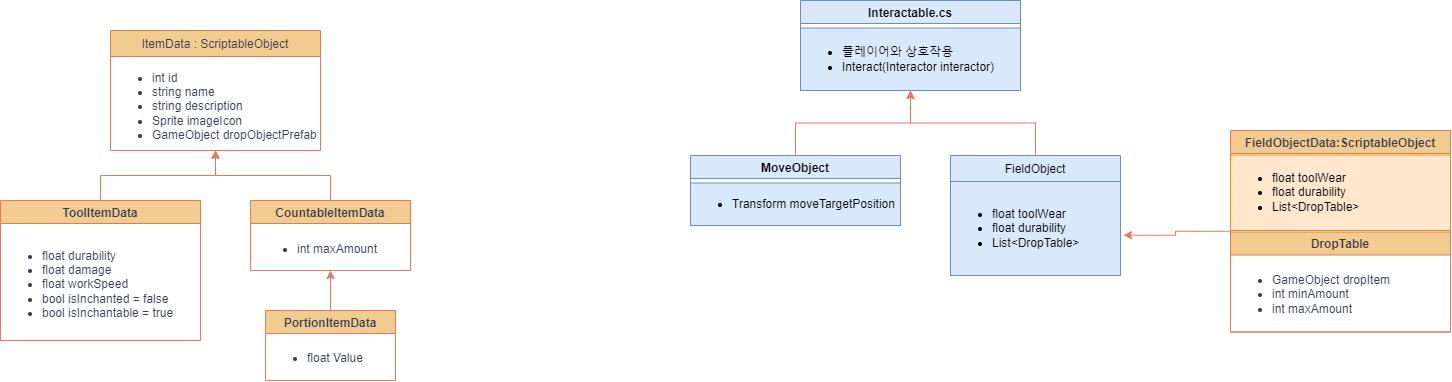
The draw.io diagram 제목 없는 다이어그램.drawio.png in hae-seung/ddolking, before a commit. Source tidied: cells renumbered, new cells last; positions are measured from the earlier drawing's top-left corner, leaving out a move shared by most shapes.
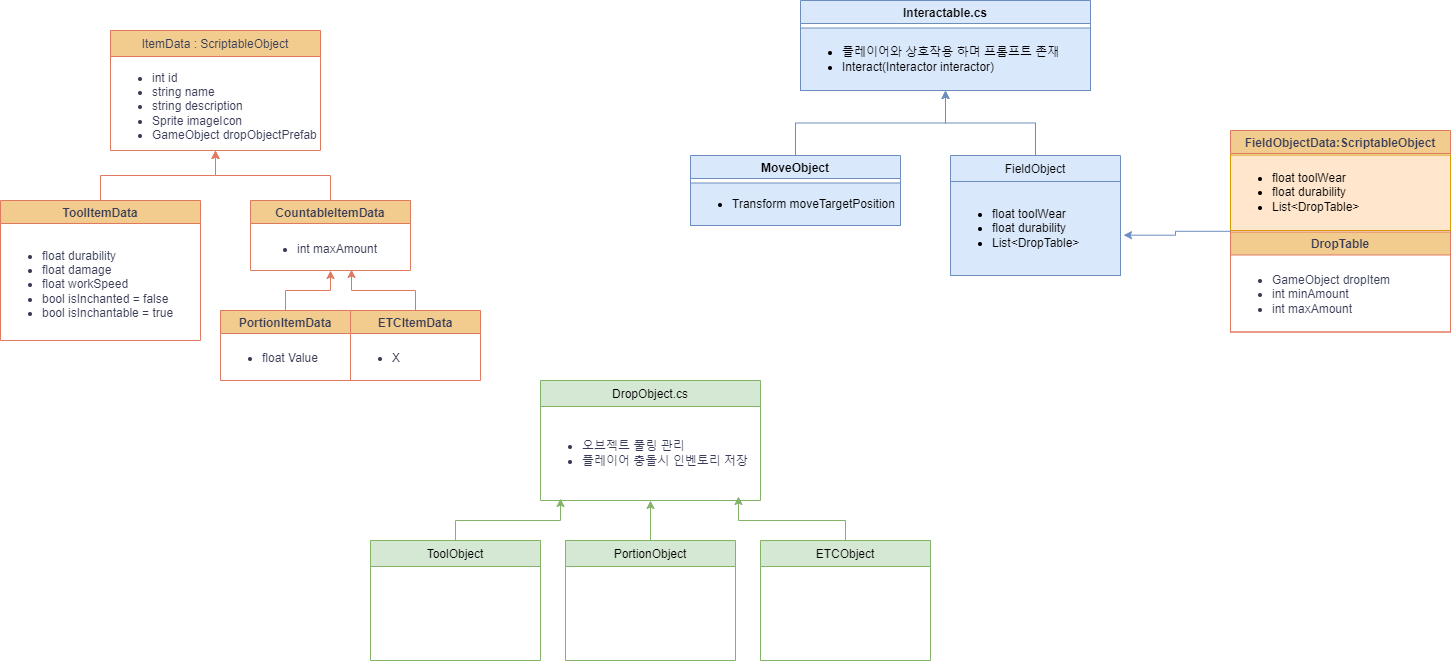
The same diagram one commit later.

Commit message:
제목 없는 다이어그램.drawio.png 업데이트

Change to the diagram source:
```diff
@@ -30,7 +30,7 @@
       <mxGeometry relative="1" as="geometry" />
     </mxCell>
     <mxCell id="11" value="PortionItemData" style="swimlane;strokeColor=#E07A5F;fontColor=#393C56;fillColor=#F2CC8F;" parent="1" vertex="1">
-      <mxGeometry x="265" y="310" width="130" height="70" as="geometry" />
+      <mxGeometry x="220" y="310" width="130" height="70" as="geometry" />
     </mxCell>
     <mxCell id="12" value="&lt;ul&gt;&lt;li&gt;float Value&lt;/li&gt;&lt;/ul&gt;" style="text;strokeColor=none;fillColor=none;html=1;whiteSpace=wrap;verticalAlign=middle;overflow=hidden;fontColor=#393C56;" parent="11" vertex="1">
       <mxGeometry y="25" width="130" height="45" as="geometry" />
@@ -38,7 +38,7 @@
     <mxCell id="13" style="shape=crossbar;whiteSpace=wrap;html=1;rounded=1;strokeColor=#E07A5F;fontColor=#393C56;fillColor=#F2CC8F;" parent="1" vertex="1">
       <mxGeometry x="440" y="250" as="geometry" />
     </mxCell>
-    <mxCell id="14" style="edgeStyle=orthogonalEdgeStyle;rounded=0;jettySize=auto;html=1;entryX=0.5;entryY=1;entryDx=0;entryDy=0;strokeColor=#E07A5F;fontColor=#393C56;fillColor=#F2CC8F;" parent="1" edge="1" source="15" target="25">
+    <mxCell id="14" style="edgeStyle=orthogonalEdgeStyle;rounded=0;jettySize=auto;html=1;entryX=0.5;entryY=1;entryDx=0;entryDy=0;strokeColor=#6c8ebf;fontColor=#393C56;fillColor=#dae8fc;" parent="1" edge="1" source="15" target="25">
       <mxGeometry relative="1" as="geometry" />
     </mxCell>
     <mxCell id="15" value="FieldObject" style="swimlane;fontStyle=0;align=center;verticalAlign=top;horizontal=1;startSize=26;rounded=0;shadow=0;strokeWidth=1;labelBackgroundColor=none;fillColor=#dae8fc;strokeColor=#6c8ebf;" parent="1" vertex="1">
@@ -47,7 +47,7 @@
     <mxCell id="16" value="&lt;ul&gt;&lt;li&gt;float toolWear&lt;/li&gt;&lt;li&gt;float durability&lt;/li&gt;&lt;li&gt;List&amp;lt;DropTable&amp;gt;&lt;/li&gt;&lt;/ul&gt;" style="text;strokeColor=#6c8ebf;fillColor=#dae8fc;html=1;whiteSpace=wrap;verticalAlign=middle;overflow=hidden;" parent="15" vertex="1">
       <mxGeometry y="26" width="170" height="94" as="geometry" />
     </mxCell>
-    <mxCell id="17" style="edgeStyle=orthogonalEdgeStyle;rounded=0;jettySize=auto;html=1;entryX=0.5;entryY=1;entryDx=0;entryDy=0;strokeColor=#E07A5F;fontColor=#393C56;fillColor=#F2CC8F;" parent="1" edge="1" source="18" target="26">
+    <mxCell id="17" style="edgeStyle=orthogonalEdgeStyle;rounded=0;jettySize=auto;html=1;entryX=0.5;entryY=1;entryDx=0;entryDy=0;strokeColor=#6c8ebf;fontColor=#393C56;fillColor=#dae8fc;" parent="1" edge="1" source="18" target="26">
       <mxGeometry relative="1" as="geometry" />
     </mxCell>
     <mxCell id="18" value="MoveObject" style="swimlane;strokeColor=#6c8ebf;fillColor=#dae8fc;" parent="1" vertex="1">
@@ -68,14 +68,47 @@
     <mxCell id="23" value="&lt;ul&gt;&lt;li&gt;GameObject dropItem&lt;/li&gt;&lt;li&gt;int minAmount&lt;/li&gt;&lt;li&gt;int maxAmount&lt;/li&gt;&lt;/ul&gt;" style="text;strokeColor=none;fillColor=none;html=1;whiteSpace=wrap;verticalAlign=middle;overflow=hidden;fontColor=#393C56;" parent="22" vertex="1">
       <mxGeometry y="25" width="220" height="75" as="geometry" />
     </mxCell>
-    <mxCell id="24" style="edgeStyle=orthogonalEdgeStyle;rounded=0;jettySize=auto;html=1;entryX=1.018;entryY=0.571;entryDx=0;entryDy=0;entryPerimeter=0;strokeColor=#E07A5F;fontColor=#393C56;fillColor=#F2CC8F;" parent="1" edge="1" source="20" target="16">
+    <mxCell id="24" style="edgeStyle=orthogonalEdgeStyle;rounded=0;jettySize=auto;html=1;entryX=1.018;entryY=0.571;entryDx=0;entryDy=0;entryPerimeter=0;strokeColor=#6c8ebf;fontColor=#393C56;fillColor=#dae8fc;" parent="1" edge="1" source="20" target="16">
       <mxGeometry relative="1" as="geometry" />
     </mxCell>
     <mxCell id="25" value="Interactable.cs" style="swimlane;strokeColor=#6c8ebf;fillColor=#dae8fc;startSize=23;" parent="1" vertex="1">
-      <mxGeometry x="800" width="220" height="90" as="geometry" />
+      <mxGeometry x="800" width="290" height="90" as="geometry" />
     </mxCell>
-    <mxCell id="26" value="&lt;ul&gt;&lt;li&gt;플레이어와 상호작용&lt;/li&gt;&lt;li&gt;Interact(Interactor interactor)&lt;/li&gt;&lt;/ul&gt;" style="text;strokeColor=#6c8ebf;fillColor=#dae8fc;html=1;whiteSpace=wrap;verticalAlign=middle;overflow=hidden;" parent="25" vertex="1">
-      <mxGeometry y="27.5" width="220" height="62.5" as="geometry" />
+    <mxCell id="26" value="&lt;ul&gt;&lt;li&gt;플레이어와 상호작용 하며 프롬프트 존재&lt;/li&gt;&lt;li&gt;Interact(Interactor interactor)&lt;/li&gt;&lt;/ul&gt;" style="text;strokeColor=#6c8ebf;fillColor=#dae8fc;html=1;whiteSpace=wrap;verticalAlign=middle;overflow=hidden;" parent="25" vertex="1">
+      <mxGeometry y="27.5" width="290" height="62.5" as="geometry" />
     </mxCell>
+    <mxCell id="27" value="DropObject.cs" style="swimlane;fontStyle=0;align=center;verticalAlign=top;horizontal=1;startSize=26;rounded=0;shadow=0;strokeWidth=1;labelBackgroundColor=none;fillColor=#d5e8d4;strokeColor=#82b366;" parent="1" vertex="1">
+      <mxGeometry x="540" y="380" width="220" height="120" as="geometry" />
+    </mxCell>
+    <mxCell id="28" value="&lt;ul&gt;&lt;li&gt;오브젝트 풀링 관리&lt;/li&gt;&lt;li&gt;플레이어 충돌시 인벤토리 저장&lt;/li&gt;&lt;/ul&gt;" style="text;strokeColor=none;fillColor=none;html=1;whiteSpace=wrap;verticalAlign=middle;overflow=hidden;fontColor=#393C56;" parent="27" vertex="1">
+      <mxGeometry y="26" width="220" height="94" as="geometry" />
+    </mxCell>
+    <mxCell id="29" value="ToolObject" style="swimlane;fontStyle=0;align=center;verticalAlign=top;horizontal=1;startSize=26;rounded=0;shadow=0;strokeWidth=1;labelBackgroundColor=none;fillColor=#d5e8d4;strokeColor=#82b366;" parent="1" vertex="1">
+      <mxGeometry x="370" y="540" width="170" height="120" as="geometry" />
+    </mxCell>
+    <mxCell id="30" value="ETCItemData" style="swimlane;strokeColor=#E07A5F;fontColor=#393C56;fillColor=#F2CC8F;" parent="1" vertex="1">
+      <mxGeometry x="350" y="310" width="130" height="70" as="geometry" />
+    </mxCell>
+    <mxCell id="31" value="&lt;ul&gt;&lt;li&gt;X&lt;/li&gt;&lt;/ul&gt;" style="text;strokeColor=none;fillColor=none;html=1;whiteSpace=wrap;verticalAlign=middle;overflow=hidden;fontColor=#393C56;" parent="30" vertex="1">
+      <mxGeometry y="25" width="130" height="45" as="geometry" />
+    </mxCell>
+    <mxCell id="32" style="edgeStyle=orthogonalEdgeStyle;rounded=0;jettySize=auto;html=1;entryX=0.64;entryY=0.976;entryDx=0;entryDy=0;entryPerimeter=0;strokeColor=#E07A5F;fontColor=#393C56;fillColor=#F2CC8F;" parent="1" edge="1" source="30" target="6">
+      <mxGeometry relative="1" as="geometry" />
+    </mxCell>
+    <mxCell id="33" style="edgeStyle=orthogonalEdgeStyle;rounded=0;jettySize=auto;html=1;strokeColor=#82b366;fontColor=#393C56;fillColor=#d5e8d4;" parent="1" edge="1" source="34" target="28">
+      <mxGeometry relative="1" as="geometry" />
+    </mxCell>
+    <mxCell id="34" value="PortionObject" style="swimlane;fontStyle=0;align=center;verticalAlign=top;horizontal=1;startSize=26;rounded=0;shadow=0;strokeWidth=1;labelBackgroundColor=none;fillColor=#d5e8d4;strokeColor=#82b366;" parent="1" vertex="1">
+      <mxGeometry x="565" y="540" width="170" height="120" as="geometry" />
+    </mxCell>
+    <mxCell id="35" value="ETCObject" style="swimlane;fontStyle=0;align=center;verticalAlign=top;horizontal=1;startSize=26;rounded=0;shadow=0;strokeWidth=1;labelBackgroundColor=none;fillColor=#d5e8d4;strokeColor=#82b366;" parent="1" vertex="1">
+      <mxGeometry x="760" y="540" width="170" height="120" as="geometry" />
+    </mxCell>
+    <mxCell id="36" style="edgeStyle=orthogonalEdgeStyle;rounded=0;jettySize=auto;html=1;entryX=0.091;entryY=0.979;entryDx=0;entryDy=0;entryPerimeter=0;strokeColor=#82b366;fontColor=#393C56;fillColor=#d5e8d4;" parent="1" edge="1" source="29" target="28">
+      <mxGeometry relative="1" as="geometry" />
+    </mxCell>
+    <mxCell id="37" style="edgeStyle=orthogonalEdgeStyle;rounded=0;jettySize=auto;html=1;entryX=0.9;entryY=0.957;entryDx=0;entryDy=0;entryPerimeter=0;strokeColor=#82b366;fontColor=#393C56;fillColor=#d5e8d4;" parent="1" edge="1" source="35" target="28">
+      <mxGeometry relative="1" as="geometry" />
+    </mxCell>
   </root>
 </mxGraphModel>
```
